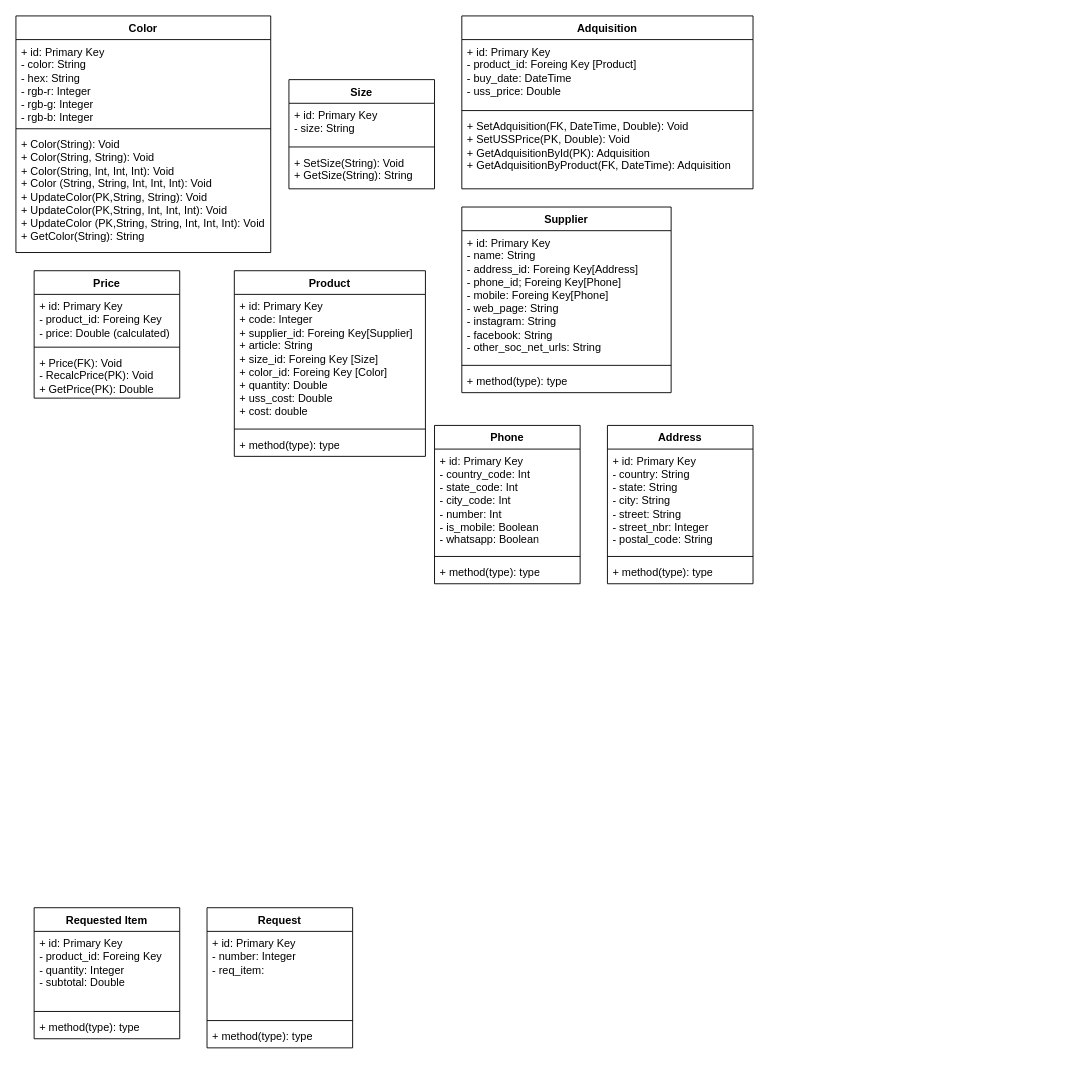
This is DB Diagram - ERP Stock.drawio from FNC-Dev/stock-system, a draw.io file, before an edit. Source tidied: cells renumbered, new cells numbered last; positions are measured from the earlier drawing's top-left corner, leaving out a move shared by most shapes. Both pictures are drawn from the tidied source at 91%, with x=0, y=0 at pixel (15, 15).
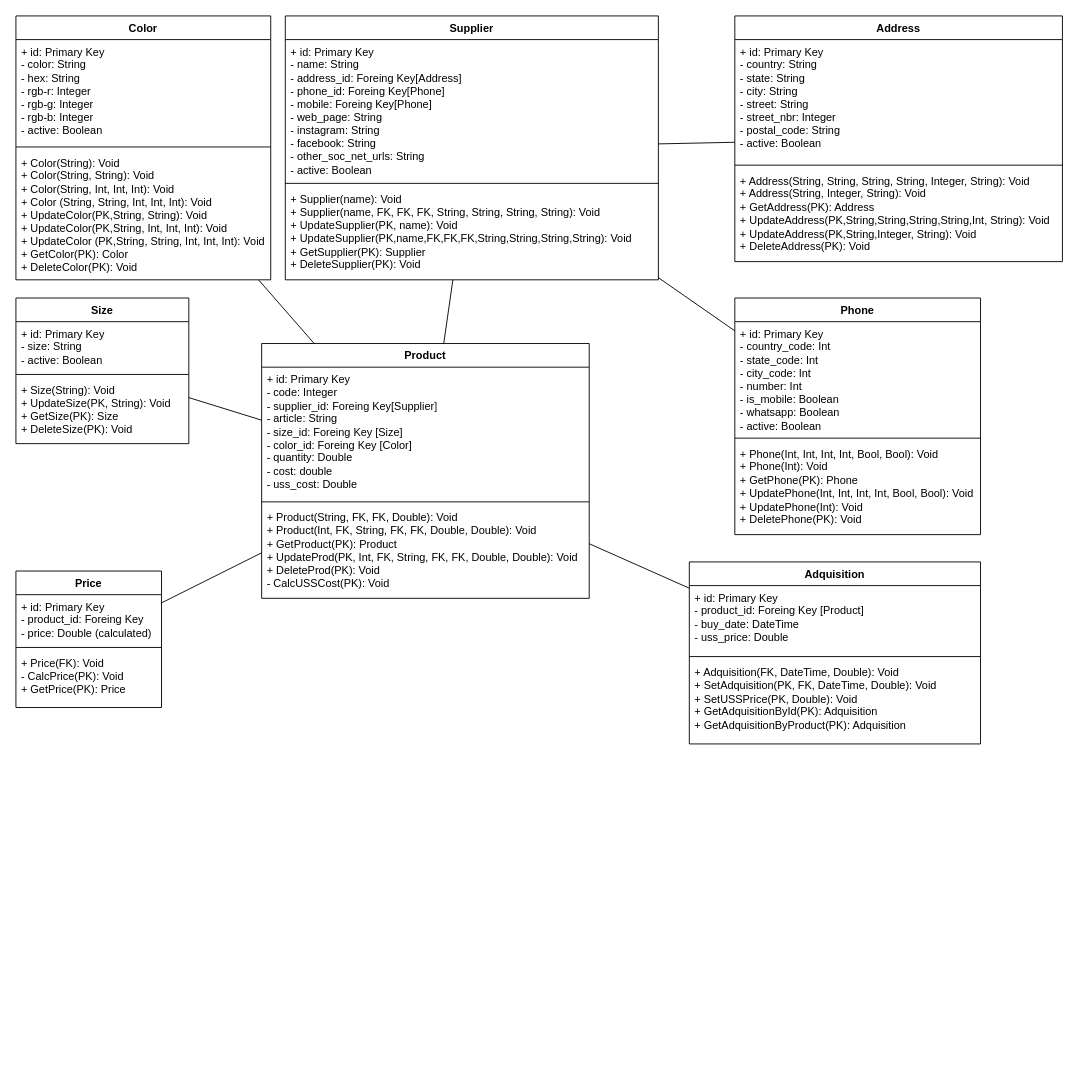
Above is the later version.

Commit message:
DB Diagram - ERP Stock

The edit, as a diff of the source:
```diff
@@
     <mxCell id="2" value="Size" style="swimlane;fontStyle=1;align=center;verticalAlign=top;horizontal=1;startSize=26;whiteSpace=wrap;html=1;" parent="1" vertex="1">
-      <mxGeometry x="300" y="70" width="160" height="120" as="geometry" />
+      <mxGeometry y="310" width="190" height="160" as="geometry" />
     </mxCell>
-    <mxCell id="3" value="+ id: Primary Key&lt;br&gt;- size: String" style="text;strokeColor=none;fillColor=none;align=left;verticalAlign=top;spacingLeft=4;spacingRight=4;overflow=hidden;whiteSpace=wrap;html=1;" parent="2" vertex="1">
-      <mxGeometry y="26" width="160" height="44" as="geometry" />
+    <mxCell id="3" value="+ id: Primary Key&lt;br&gt;- size: String&lt;br&gt;- active: Boolean" style="text;strokeColor=none;fillColor=none;align=left;verticalAlign=top;spacingLeft=4;spacingRight=4;overflow=hidden;whiteSpace=wrap;html=1;" parent="2" vertex="1">
+      <mxGeometry y="26" width="190" height="54" as="geometry" />
     </mxCell>
     <mxCell id="4" style="line;strokeWidth=1;fillColor=none;align=left;verticalAlign=middle;spacingTop=-1;spacingLeft=3;spacingRight=3;labelPosition=right;strokeColor=inherit;" parent="2" vertex="1">
-      <mxGeometry y="70" width="160" height="8" as="geometry" />
+      <mxGeometry y="80" width="190" height="8" as="geometry" />
     </mxCell>
-    <mxCell id="5" value="+ SetSize(String): Void&lt;br&gt;+ GetSize(String): String" style="text;strokeColor=none;fillColor=none;align=left;verticalAlign=top;spacingLeft=4;spacingRight=4;overflow=hidden;whiteSpace=wrap;html=1;" parent="2" vertex="1">
-      <mxGeometry y="78" width="160" height="42" as="geometry" />
+    <mxCell id="5" value="+ Size(String): Void&lt;br&gt;+ UpdateSize(PK, String): Void&lt;br&gt;+ GetSize(PK): Size&lt;br&gt;+ DeleteSize(PK): Void" style="text;strokeColor=none;fillColor=none;align=left;verticalAlign=top;spacingLeft=4;spacingRight=4;overflow=hidden;whiteSpace=wrap;html=1;" parent="2" vertex="1">
+      <mxGeometry y="88" width="190" height="72" as="geometry" />
     </mxCell>
     <mxCell id="6" value="Color" style="swimlane;fontStyle=1;align=center;verticalAlign=top;horizontal=1;startSize=26;whiteSpace=wrap;html=1;" parent="1" vertex="1">
-      <mxGeometry width="280" height="260" as="geometry" />
+      <mxGeometry width="280" height="290" as="geometry" />
     </mxCell>
-    <mxCell id="7" value="+ id: Primary Key&lt;br&gt;- color: String&lt;br&gt;- hex: String&lt;br&gt;- rgb-r: Integer&lt;br&gt;- rgb-g: Integer&lt;br&gt;- rgb-b: Integer&amp;nbsp;" style="text;strokeColor=none;fillColor=none;align=left;verticalAlign=top;spacingLeft=4;spacingRight=4;overflow=hidden;whiteSpace=wrap;html=1;" parent="6" vertex="1">
-      <mxGeometry y="26" width="280" height="94" as="geometry" />
+    <mxCell id="7" value="+ id: Primary Key&lt;br&gt;- color: String&lt;br&gt;- hex: String&lt;br&gt;- rgb-r: Integer&lt;br&gt;- rgb-g: Integer&lt;br&gt;- rgb-b: Integer&lt;br&gt;- active: Boolean&amp;nbsp;" style="text;strokeColor=none;fillColor=none;align=left;verticalAlign=top;spacingLeft=4;spacingRight=4;overflow=hidden;whiteSpace=wrap;html=1;" parent="6" vertex="1">
+      <mxGeometry y="26" width="280" height="114" as="geometry" />
     </mxCell>
     <mxCell id="8" style="line;strokeWidth=1;fillColor=none;align=left;verticalAlign=middle;spacingTop=-1;spacingLeft=3;spacingRight=3;labelPosition=right;strokeColor=inherit;" parent="6" vertex="1">
-      <mxGeometry y="120" width="280" height="8" as="geometry" />
+      <mxGeometry y="140" width="280" height="8" as="geometry" />
     </mxCell>
-    <mxCell id="9" value="+ Color(String): Void&lt;br&gt;+ Color(String, String): Void&lt;br&gt;+ Color(String, Int, Int, Int): Void&lt;br&gt;+ Color (String, String, Int, Int, Int): Void&lt;br&gt;+ UpdateColor(PK,String, String): Void&lt;br style=&quot;border-color: var(--border-color);&quot;&gt;+ UpdateColor(PK,String, Int, Int, Int): Void&lt;br style=&quot;border-color: var(--border-color);&quot;&gt;+ UpdateColor (PK,String, String, Int, Int, Int): Void&lt;br style=&quot;border-color: var(--border-color);&quot;&gt;+ GetColor(String): String" style="text;strokeColor=none;fillColor=none;align=left;verticalAlign=top;spacingLeft=4;spacingRight=4;overflow=hidden;whiteSpace=wrap;html=1;" parent="6" vertex="1">
-      <mxGeometry y="128" width="280" height="132" as="geometry" />
+    <mxCell id="9" value="+ Color(String): Void&lt;br&gt;+ Color(String, String): Void&lt;br&gt;+ Color(String, Int, Int, Int): Void&lt;br&gt;+ Color (String, String, Int, Int, Int): Void&lt;br&gt;+ UpdateColor(PK,String, String): Void&lt;br style=&quot;border-color: var(--border-color);&quot;&gt;+ UpdateColor(PK,String, Int, Int, Int): Void&lt;br style=&quot;border-color: var(--border-color);&quot;&gt;+ UpdateColor (PK,String, String, Int, Int, Int): Void&lt;br style=&quot;border-color: var(--border-color);&quot;&gt;+ GetColor(PK): Color&lt;br&gt;+ DeleteColor(PK): Void" style="text;strokeColor=none;fillColor=none;align=left;verticalAlign=top;spacingLeft=4;spacingRight=4;overflow=hidden;whiteSpace=wrap;html=1;" parent="6" vertex="1">
+      <mxGeometry y="148" width="280" height="142" as="geometry" />
     </mxCell>
     <mxCell id="10" value="Product" style="swimlane;fontStyle=1;align=center;verticalAlign=top;horizontal=1;startSize=26;whiteSpace=wrap;html=1;" parent="1" vertex="1">
-      <mxGeometry x="240" y="280" width="210" height="204" as="geometry" />
+      <mxGeometry x="270" y="360" width="360" height="280" as="geometry" />
     </mxCell>
-    <mxCell id="11" value="+ id: Primary Key&lt;br style=&quot;border-color: var(--border-color);&quot;&gt;+ code: Integer&lt;br style=&quot;border-color: var(--border-color);&quot;&gt;+ supplier_id: Foreing Key[Supplier]&lt;br style=&quot;border-color: var(--border-color);&quot;&gt;+ article: String&lt;br style=&quot;border-color: var(--border-color);&quot;&gt;+ size_id: Foreing Key [Size]&lt;br style=&quot;border-color: var(--border-color);&quot;&gt;+ color_id: Foreing Key [Color]&lt;br style=&quot;border-color: var(--border-color);&quot;&gt;+ quantity: Double&lt;br style=&quot;border-color: var(--border-color);&quot;&gt;+ uss_cost: Double&lt;br style=&quot;border-color: var(--border-color);&quot;&gt;+ cost: double" style="text;strokeColor=none;fillColor=none;align=left;verticalAlign=top;spacingLeft=4;spacingRight=4;overflow=hidden;whiteSpace=wrap;html=1;" parent="10" vertex="1">
-      <mxGeometry y="26" width="210" height="144" as="geometry" />
+    <mxCell id="11" value="+ id: Primary Key&lt;br style=&quot;border-color: var(--border-color);&quot;&gt;- code: Integer&lt;br style=&quot;border-color: var(--border-color);&quot;&gt;- supplier_id: Foreing Key[Supplier]&lt;br style=&quot;border-color: var(--border-color);&quot;&gt;- article: String&lt;br style=&quot;border-color: var(--border-color);&quot;&gt;- size_id: Foreing Key [Size]&lt;br style=&quot;border-color: var(--border-color);&quot;&gt;- color_id: Foreing Key [Color]&lt;br style=&quot;border-color: var(--border-color);&quot;&gt;- quantity: Double&lt;br&gt;- cost: double&lt;br style=&quot;border-color: var(--border-color);&quot;&gt;- uss_cost: Double" style="text;strokeColor=none;fillColor=none;align=left;verticalAlign=top;spacingLeft=4;spacingRight=4;overflow=hidden;whiteSpace=wrap;html=1;" parent="10" vertex="1">
+      <mxGeometry y="26" width="360" height="144" as="geometry" />
     </mxCell>
     <mxCell id="12" style="line;strokeWidth=1;fillColor=none;align=left;verticalAlign=middle;spacingTop=-1;spacingLeft=3;spacingRight=3;labelPosition=right;strokeColor=inherit;" parent="10" vertex="1">
-      <mxGeometry y="170" width="210" height="8" as="geometry" />
+      <mxGeometry y="170" width="360" height="8" as="geometry" />
     </mxCell>
-    <mxCell id="13" value="+ method(type): type" style="text;strokeColor=none;fillColor=none;align=left;verticalAlign=top;spacingLeft=4;spacingRight=4;overflow=hidden;whiteSpace=wrap;html=1;" parent="10" vertex="1">
-      <mxGeometry y="178" width="210" height="26" as="geometry" />
+    <mxCell id="13" value="+ Product(String, FK, FK, Double): Void&lt;br&gt;+ Product(Int, FK, String, FK, FK, Double, Double): Void&lt;br&gt;+ GetProduct(PK): Product&lt;br&gt;+ UpdateProd(PK, Int, FK, String, FK, FK, Double, Double): Void&lt;br&gt;+ DeleteProd(PK): Void&lt;br&gt;- CalcUSSCost(PK): Void" style="text;strokeColor=none;fillColor=none;align=left;verticalAlign=top;spacingLeft=4;spacingRight=4;overflow=hidden;whiteSpace=wrap;html=1;" parent="10" vertex="1">
+      <mxGeometry y="178" width="360" height="102" as="geometry" />
     </mxCell>
     <mxCell id="14" value="Adquisition" style="swimlane;fontStyle=1;align=center;verticalAlign=top;horizontal=1;startSize=26;whiteSpace=wrap;html=1;" parent="1" vertex="1">
-      <mxGeometry x="490" width="320" height="190" as="geometry" />
+      <mxGeometry x="740" y="600" width="320" height="200" as="geometry" />
     </mxCell>
@@
-    <mxCell id="17" value="+ SetAdquisition(FK, DateTime, Double): Void&lt;br&gt;+ SetUSSPrice(PK, Double): Void&lt;br&gt;+ GetAdquisitionById(PK): Adquisition&lt;br&gt;+ GetAdquisitionByProduct(FK, DateTime): Adquisition" style="text;strokeColor=none;fillColor=none;align=left;verticalAlign=top;spacingLeft=4;spacingRight=4;overflow=hidden;whiteSpace=wrap;html=1;" parent="14" vertex="1">
-      <mxGeometry y="108" width="320" height="82" as="geometry" />
+    <mxCell id="17" value="+ Adquisition(FK, DateTime, Double): Void&lt;br&gt;+ SetAdquisition(PK, FK, DateTime, Double): Void&lt;br&gt;+ SetUSSPrice(PK, Double): Void&lt;br&gt;+ GetAdquisitionById(PK): Adquisition&lt;br&gt;+ GetAdquisitionByProduct(PK): Adquisition" style="text;strokeColor=none;fillColor=none;align=left;verticalAlign=top;spacingLeft=4;spacingRight=4;overflow=hidden;whiteSpace=wrap;html=1;" parent="14" vertex="1">
+      <mxGeometry y="108" width="320" height="92" as="geometry" />
     </mxCell>
     <mxCell id="18" value="Price" style="swimlane;fontStyle=1;align=center;verticalAlign=top;horizontal=1;startSize=26;whiteSpace=wrap;html=1;" parent="1" vertex="1">
-      <mxGeometry x="20" y="280" width="160" height="140" as="geometry" />
+      <mxGeometry y="610" width="160" height="150" as="geometry" />
     </mxCell>
@@
-    <mxCell id="21" value="+ Price(FK): Void&lt;br&gt;- RecalcPrice(PK): Void&lt;br&gt;+ GetPrice(PK): Double" style="text;strokeColor=none;fillColor=none;align=left;verticalAlign=top;spacingLeft=4;spacingRight=4;overflow=hidden;whiteSpace=wrap;html=1;" parent="18" vertex="1">
-      <mxGeometry y="88" width="160" height="52" as="geometry" />
+    <mxCell id="21" value="+ Price(FK): Void&lt;br&gt;- CalcPrice(PK): Void&lt;br&gt;+ GetPrice(PK): Price" style="text;strokeColor=none;fillColor=none;align=left;verticalAlign=top;spacingLeft=4;spacingRight=4;overflow=hidden;whiteSpace=wrap;html=1;" parent="18" vertex="1">
+      <mxGeometry y="88" width="160" height="62" as="geometry" />
     </mxCell>
-    <mxCell id="22" value="Requested Item" style="swimlane;fontStyle=1;align=center;verticalAlign=top;horizontal=1;startSize=26;whiteSpace=wrap;html=1;" parent="1" vertex="1">
-      <mxGeometry x="20" y="980" width="160" height="144" as="geometry" />
-    </mxCell>
-    <mxCell id="23" value="+ id: Primary Key&lt;br&gt;- product_id: Foreing Key&lt;br&gt;- quantity: Integer&lt;br&gt;- subtotal: Double" style="text;strokeColor=none;fillColor=none;align=left;verticalAlign=top;spacingLeft=4;spacingRight=4;overflow=hidden;whiteSpace=wrap;html=1;" parent="22" vertex="1">
-      <mxGeometry y="26" width="160" height="84" as="geometry" />
-    </mxCell>
-    <mxCell id="24" style="line;strokeWidth=1;fillColor=none;align=left;verticalAlign=middle;spacingTop=-1;spacingLeft=3;spacingRight=3;labelPosition=right;strokeColor=inherit;" parent="22" vertex="1">
-      <mxGeometry y="110" width="160" height="8" as="geometry" />
-    </mxCell>
-    <mxCell id="25" value="+ method(type): type" style="text;strokeColor=none;fillColor=none;align=left;verticalAlign=top;spacingLeft=4;spacingRight=4;overflow=hidden;whiteSpace=wrap;html=1;" parent="22" vertex="1">
-      <mxGeometry y="118" width="160" height="26" as="geometry" />
-    </mxCell>
-    <mxCell id="26" value="Request" style="swimlane;fontStyle=1;align=center;verticalAlign=top;horizontal=1;startSize=26;whiteSpace=wrap;html=1;" parent="1" vertex="1">
-      <mxGeometry x="210" y="980" width="160" height="154" as="geometry" />
-    </mxCell>
-    <mxCell id="27" value="+ id: Primary Key&lt;br&gt;- number: Integer&lt;br&gt;- req_item:&amp;nbsp;" style="text;strokeColor=none;fillColor=none;align=left;verticalAlign=top;spacingLeft=4;spacingRight=4;overflow=hidden;whiteSpace=wrap;html=1;" parent="26" vertex="1">
-      <mxGeometry y="26" width="160" height="94" as="geometry" />
-    </mxCell>
-    <mxCell id="28" style="line;strokeWidth=1;fillColor=none;align=left;verticalAlign=middle;spacingTop=-1;spacingLeft=3;spacingRight=3;labelPosition=right;strokeColor=inherit;" parent="26" vertex="1">
-      <mxGeometry y="120" width="160" height="8" as="geometry" />
-    </mxCell>
-    <mxCell id="29" value="+ method(type): type" style="text;strokeColor=none;fillColor=none;align=left;verticalAlign=top;spacingLeft=4;spacingRight=4;overflow=hidden;whiteSpace=wrap;html=1;" parent="26" vertex="1">
-      <mxGeometry y="128" width="160" height="26" as="geometry" />
-    </mxCell>
     <mxCell id="30" value="Supplier" style="swimlane;fontStyle=1;align=center;verticalAlign=top;horizontal=1;startSize=26;whiteSpace=wrap;html=1;" parent="1" vertex="1">
-      <mxGeometry x="490" y="210" width="230" height="204" as="geometry" />
+      <mxGeometry x="296" width="410" height="290" as="geometry" />
     </mxCell>
-    <mxCell id="31" value="+ id: Primary Key&lt;br&gt;- name: String&lt;br&gt;- address_id: Foreing Key[Address]&lt;br&gt;- phone_id; Foreing Key[Phone]&lt;br&gt;- mobile: Foreing Key[Phone]&lt;br&gt;- web_page: String&lt;br&gt;- instagram: String&lt;br&gt;- facebook: String&lt;br&gt;- other_soc_net_urls: String" style="text;strokeColor=none;fillColor=none;align=left;verticalAlign=top;spacingLeft=4;spacingRight=4;overflow=hidden;whiteSpace=wrap;html=1;" parent="30" vertex="1">
-      <mxGeometry y="26" width="230" height="144" as="geometry" />
+    <mxCell id="31" value="+ id: Primary Key&lt;br&gt;- name: String&lt;br&gt;- address_id: Foreing Key[Address]&lt;br&gt;- phone_id: Foreing Key[Phone]&lt;br&gt;- mobile: Foreing Key[Phone]&lt;br&gt;- web_page: String&lt;br&gt;- instagram: String&lt;br&gt;- facebook: String&lt;br&gt;- other_soc_net_urls: String&lt;br&gt;- active: Boolean" style="text;strokeColor=none;fillColor=none;align=left;verticalAlign=top;spacingLeft=4;spacingRight=4;overflow=hidden;whiteSpace=wrap;html=1;" parent="30" vertex="1">
+      <mxGeometry y="26" width="410" height="154" as="geometry" />
     </mxCell>
     <mxCell id="32" style="line;strokeWidth=1;fillColor=none;align=left;verticalAlign=middle;spacingTop=-1;spacingLeft=3;spacingRight=3;labelPosition=right;strokeColor=inherit;" parent="30" vertex="1">
-      <mxGeometry y="170" width="230" height="8" as="geometry" />
+      <mxGeometry y="180" width="410" height="8" as="geometry" />
     </mxCell>
-    <mxCell id="33" value="+ method(type): type" style="text;strokeColor=none;fillColor=none;align=left;verticalAlign=top;spacingLeft=4;spacingRight=4;overflow=hidden;whiteSpace=wrap;html=1;" parent="30" vertex="1">
-      <mxGeometry y="178" width="230" height="26" as="geometry" />
+    <mxCell id="33" value="+ Supplier(name): Void&lt;br&gt;+ Supplier(name, FK, FK, FK, String, String, String, String): Void&lt;br&gt;+ UpdateSupplier(PK, name): Void&lt;br&gt;+ UpdateSupplier(PK,name,FK,FK,FK,String,String,String,String): Void&lt;br&gt;+ GetSupplier(PK): Supplier&lt;br&gt;+ DeleteSupplier(PK): Void" style="text;strokeColor=none;fillColor=none;align=left;verticalAlign=top;spacingLeft=4;spacingRight=4;overflow=hidden;whiteSpace=wrap;html=1;" parent="30" vertex="1">
+      <mxGeometry y="188" width="410" height="102" as="geometry" />
     </mxCell>
     <mxCell id="34" value="Address" style="swimlane;fontStyle=1;align=center;verticalAlign=top;horizontal=1;startSize=26;whiteSpace=wrap;html=1;" parent="1" vertex="1">
-      <mxGeometry x="650" y="450" width="160" height="174" as="geometry" />
+      <mxGeometry x="790" width="360" height="270" as="geometry" />
     </mxCell>
-    <mxCell id="35" value="+ id: Primary Key&lt;br&gt;- country: String&lt;br&gt;- state: String&lt;br&gt;- city: String&lt;br&gt;- street: String&lt;br&gt;- street_nbr: Integer&lt;br&gt;- postal_code: String" style="text;strokeColor=none;fillColor=none;align=left;verticalAlign=top;spacingLeft=4;spacingRight=4;overflow=hidden;whiteSpace=wrap;html=1;" parent="34" vertex="1">
-      <mxGeometry y="26" width="160" height="114" as="geometry" />
+    <mxCell id="35" value="+ id: Primary Key&lt;br&gt;- country: String&lt;br&gt;- state: String&lt;br&gt;- city: String&lt;br&gt;- street: String&lt;br&gt;- street_nbr: Integer&lt;br&gt;- postal_code: String&lt;br&gt;- active: Boolean" style="text;strokeColor=none;fillColor=none;align=left;verticalAlign=top;spacingLeft=4;spacingRight=4;overflow=hidden;whiteSpace=wrap;html=1;" parent="34" vertex="1">
+      <mxGeometry y="26" width="360" height="134" as="geometry" />
     </mxCell>
     <mxCell id="36" style="line;strokeWidth=1;fillColor=none;align=left;verticalAlign=middle;spacingTop=-1;spacingLeft=3;spacingRight=3;labelPosition=right;strokeColor=inherit;" parent="34" vertex="1">
-      <mxGeometry y="140" width="160" height="8" as="geometry" />
+      <mxGeometry y="160" width="360" height="8" as="geometry" />
     </mxCell>
-    <mxCell id="37" value="+ method(type): type" style="text;strokeColor=none;fillColor=none;align=left;verticalAlign=top;spacingLeft=4;spacingRight=4;overflow=hidden;whiteSpace=wrap;html=1;" parent="34" vertex="1">
-      <mxGeometry y="148" width="160" height="26" as="geometry" />
+    <mxCell id="37" value="+ Address(String, String, String, String, Integer, String): Void&lt;br&gt;+ Address(String, Integer, String): Void&lt;br&gt;+ GetAddress(PK): Address&lt;br&gt;+ UpdateAddress(PK,String,String,String,String,Int, String): Void&lt;br&gt;+ UpdateAddress(PK,String,Integer, String): Void&lt;br&gt;+ DeleteAddress(PK): Void" style="text;strokeColor=none;fillColor=none;align=left;verticalAlign=top;spacingLeft=4;spacingRight=4;overflow=hidden;whiteSpace=wrap;html=1;" parent="34" vertex="1">
+      <mxGeometry y="168" width="360" height="102" as="geometry" />
     </mxCell>
     <mxCell id="38" value="Phone" style="swimlane;fontStyle=1;align=center;verticalAlign=top;horizontal=1;startSize=26;whiteSpace=wrap;html=1;" parent="1" vertex="1">
-      <mxGeometry x="460" y="450" width="160" height="174" as="geometry" />
+      <mxGeometry x="790" y="310" width="270" height="260" as="geometry" />
     </mxCell>
-    <mxCell id="39" value="+ id: Primary Key&lt;br&gt;- country_code: Int&lt;br&gt;- state_code: Int&lt;br&gt;- city_code: Int&lt;br&gt;- number: Int&lt;br&gt;- is_mobile: Boolean&lt;br&gt;- whatsapp: Boolean" style="text;strokeColor=none;fillColor=none;align=left;verticalAlign=top;spacingLeft=4;spacingRight=4;overflow=hidden;whiteSpace=wrap;html=1;" parent="38" vertex="1">
-      <mxGeometry y="26" width="160" height="114" as="geometry" />
+    <mxCell id="39" value="+ id: Primary Key&lt;br&gt;- country_code: Int&lt;br&gt;- state_code: Int&lt;br&gt;- city_code: Int&lt;br&gt;- number: Int&lt;br&gt;- is_mobile: Boolean&lt;br&gt;- whatsapp: Boolean&lt;br&gt;- active: Boolean" style="text;strokeColor=none;fillColor=none;align=left;verticalAlign=top;spacingLeft=4;spacingRight=4;overflow=hidden;whiteSpace=wrap;html=1;" parent="38" vertex="1">
+      <mxGeometry y="26" width="270" height="124" as="geometry" />
     </mxCell>
     <mxCell id="40" style="line;strokeWidth=1;fillColor=none;align=left;verticalAlign=middle;spacingTop=-1;spacingLeft=3;spacingRight=3;labelPosition=right;strokeColor=inherit;" parent="38" vertex="1">
-      <mxGeometry y="140" width="160" height="8" as="geometry" />
+      <mxGeometry y="150" width="270" height="8" as="geometry" />
     </mxCell>
-    <mxCell id="41" value="+ method(type): type" style="text;strokeColor=none;fillColor=none;align=left;verticalAlign=top;spacingLeft=4;spacingRight=4;overflow=hidden;whiteSpace=wrap;html=1;" parent="38" vertex="1">
-      <mxGeometry y="148" width="160" height="26" as="geometry" />
+    <mxCell id="41" value="+ Phone(Int, Int, Int, Int, Bool, Bool): Void&lt;br&gt;+ Phone(Int): Void&lt;br&gt;+ GetPhone(PK): Phone&lt;br&gt;+ UpdatePhone(Int, Int, Int, Int, Bool, Bool): Void&lt;br&gt;+ UpdatePhone(Int): Void&lt;br&gt;+ DeletePhone(PK): Void" style="text;strokeColor=none;fillColor=none;align=left;verticalAlign=top;spacingLeft=4;spacingRight=4;overflow=hidden;whiteSpace=wrap;html=1;" parent="38" vertex="1">
+      <mxGeometry y="158" width="270" height="102" as="geometry" />
     </mxCell>
+    <mxCell id="42" style="endArrow=none;html=1;rounded=0;" parent="1" edge="1" source="2" target="10">
+      <mxGeometry relative="1" as="geometry" />
+    </mxCell>
+    <mxCell id="43" style="endArrow=none;html=1;rounded=0;" parent="1" edge="1" source="10" target="6">
+      <mxGeometry relative="1" as="geometry" />
+    </mxCell>
+    <mxCell id="44" style="endArrow=none;html=1;rounded=0;" parent="1" edge="1" source="30" target="10">
+      <mxGeometry relative="1" as="geometry" />
+    </mxCell>
+    <mxCell id="45" style="endArrow=none;html=1;rounded=0;" parent="1" edge="1" source="10" target="18">
+      <mxGeometry relative="1" as="geometry" />
+    </mxCell>
+    <mxCell id="46" style="endArrow=none;html=1;rounded=0;" parent="1" edge="1" source="30" target="34">
+      <mxGeometry relative="1" as="geometry" />
+    </mxCell>
+    <mxCell id="47" style="endArrow=none;html=1;rounded=0;" parent="1" edge="1" source="30" target="38">
+      <mxGeometry relative="1" as="geometry" />
+    </mxCell>
+    <mxCell id="48" style="endArrow=none;html=1;rounded=0;" parent="1" edge="1" source="10" target="14">
+      <mxGeometry relative="1" as="geometry" />
+    </mxCell>
```
